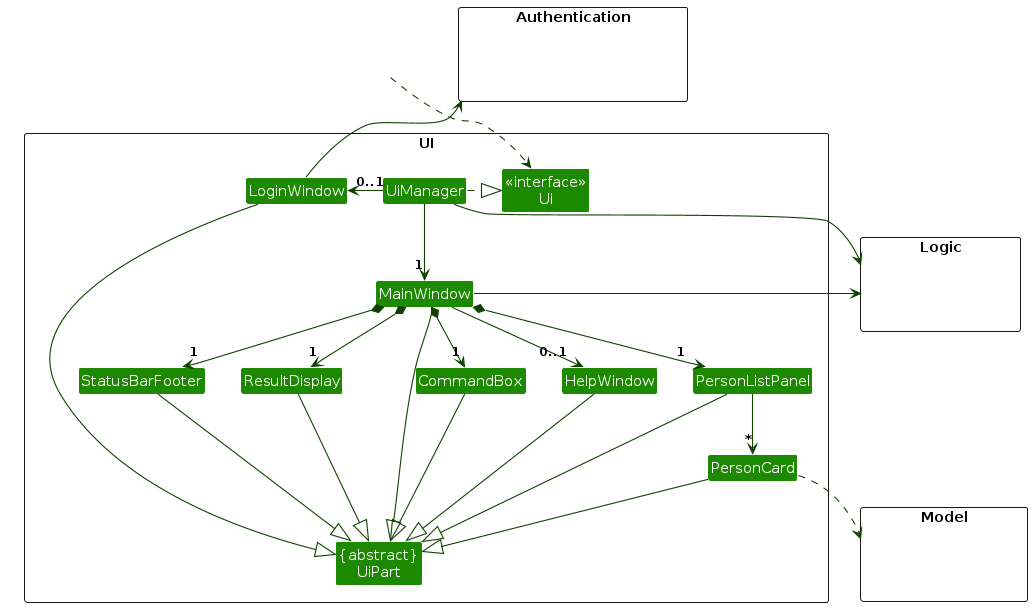
This is diagrams/UiClassDiagram.png from AY2425S1-CS2103T-T16-1/tp, a PlantUML export, as it was before one commit. Its source is kept beside it as diagrams/UiClassDiagram.puml.
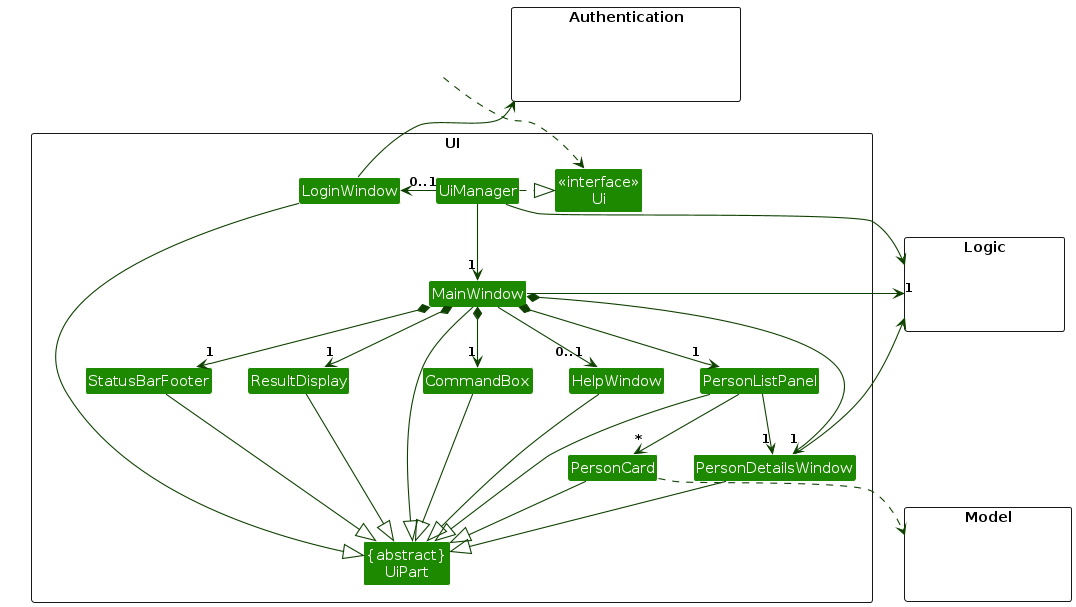
After the commit.

Change to the diagram source:
```diff
@@ -5,29 +5,30 @@
 skinparam classBackgroundColor UI_COLOR
 
 package UI <<Rectangle>>{
-Class "<<interface>>\nUi" as Ui
-Class "{abstract}\nUiPart" as UiPart
-Class UiManager
-Class MainWindow
-Class HelpWindow
-Class ResultDisplay
-Class PersonListPanel
-Class PersonCard
-Class StatusBarFooter
-Class CommandBox
-Class LoginWindow
+    Class "<<interface>>\nUi" as Ui
+    Class "{abstract}\nUiPart" as UiPart
+    Class UiManager
+    Class MainWindow
+    Class HelpWindow
+    Class ResultDisplay
+    Class PersonListPanel
+    Class PersonCard
+    Class StatusBarFooter
+    Class CommandBox
+    Class LoginWindow
+    Class PersonDetailsWindow
 }
 
 package Model <<Rectangle>> {
-Class HiddenModel #FFFFFF
+    Class HiddenModel #FFFFFF
 }
 
 package Logic <<Rectangle>> {
-Class HiddenLogic #FFFFFF
+    Class HiddenLogic #FFFFFF
 }
 
 package Authentication <<Rectangle>> {
-Class HiddenAuthentication #FFFFFF
+    Class HiddenAuthentication #FFFFFF
 }
 
 Class HiddenOutside #FFFFFF
@@ -41,8 +42,10 @@
 MainWindow *-down-> "1" PersonListPanel
 MainWindow *-down-> "1" StatusBarFooter
 MainWindow --> "0..1" HelpWindow
+MainWindow *-down-> "1" PersonDetailsWindow
 
 PersonListPanel -down-> "*" PersonCard
+PersonListPanel --> "1" PersonDetailsWindow
 
 MainWindow -left-|> UiPart
 
@@ -53,6 +56,7 @@
 PersonCard --|> UiPart
 StatusBarFooter --|> UiPart
 HelpWindow --|> UiPart
+PersonDetailsWindow --|> UiPart
 
 PersonCard ..> Model
 UiManager -right-> Logic
@@ -65,4 +69,7 @@
 ResultDisplay -[hidden]left- StatusBarFooter
 
 MainWindow -[hidden]-|> UiPart
+
+PersonDetailsWindow --> "1" Logic
+
 @enduml
```
